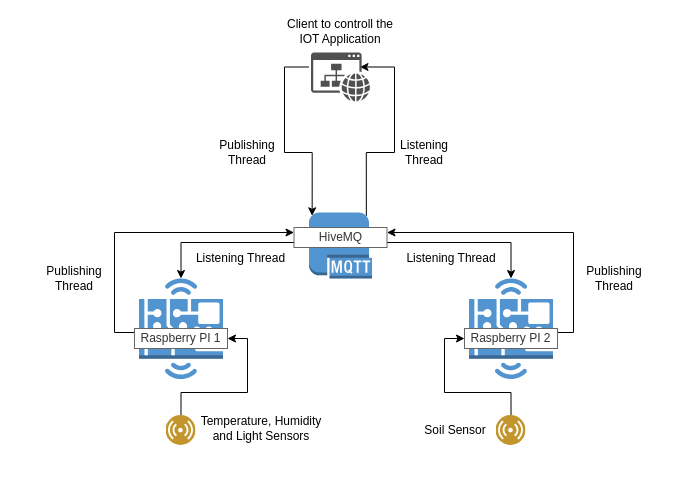
Above: Untitled Diagram.drawio in stefdworschak/iot_plant_irrigation (draw.io), before the change. Source tidied: cells renumbered, new cells numbered last; positions are measured from the earlier drawing's top-left corner, leaving out a move shared by most shapes. Both pictures are drawn from the tidied source at 100%, with x=0, y=0 at pixel (54, 21). Pictures stored in the file or linked from it are replaced by grey dashed boxes.
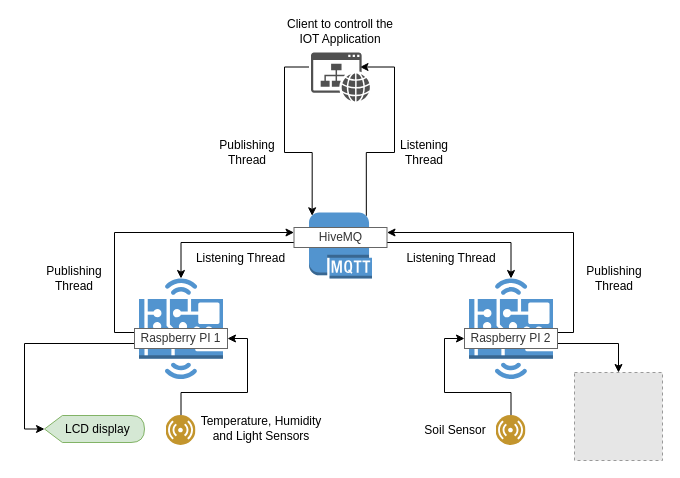
The same diagram, later.

Unchanged cells that the change refers to:
```xml
<mxCell id="8" value="Raspberry PI 1" style="text;html=1;align=center;verticalAlign=middle;whiteSpace=wrap;rounded=0;fillColor=#FFFFFF;strokeColor=#666666;fontColor=#333333;" parent="1" vertex="1">
  <mxGeometry x="80" y="307" width="93" height="20" as="geometry" />
</mxCell>
<mxCell id="9" value="Raspberry PI 2" style="text;html=1;align=center;verticalAlign=middle;whiteSpace=wrap;rounded=0;fillColor=#FFFFFF;strokeColor=#666666;fontColor=#333333;" parent="1" vertex="1">
  <mxGeometry x="410" y="307" width="93" height="20" as="geometry" />
</mxCell>
```

The edit, as a diff of the source:
```diff
@@
+    <mxCell id="29" style="edgeStyle=orthogonalEdgeStyle;rounded=0;jettySize=auto;html=1;exitX=0;exitY=0.75;exitDx=0;exitDy=0;entryX=0;entryY=0.5;entryDx=0;entryDy=0;entryPerimeter=0;" parent="1" edge="1" source="8" target="31">
+      <mxGeometry relative="1" as="geometry" />
+    </mxCell>
@@
+    <mxCell id="30" style="edgeStyle=orthogonalEdgeStyle;rounded=0;jettySize=auto;html=1;exitX=1;exitY=0.75;exitDx=0;exitDy=0;" parent="1" edge="1" source="9" target="32">
+      <mxGeometry relative="1" as="geometry" />
+    </mxCell>
@@
+    <mxCell id="31" value="&amp;nbsp; LCD display" style="shape=display;whiteSpace=wrap;html=1;size=0.17888885498046875;fillColor=#d5e8d4;strokeColor=#82b366;" parent="1" vertex="1">
+      <mxGeometry x="-10" y="394" width="100" height="27" as="geometry" />
+    </mxCell>
+    <mxCell id="32" style="fillColor=#E6E6E6;strokeColor=#999999;dashed=1;html=1;verticalAlign=top;verticalLabelPosition=bottom;labelBackgroundColor=#ffffff;" parent="1" vertex="1">
+      <mxGeometry x="520" y="351" width="88" height="88" as="geometry" />
+    </mxCell>
```
